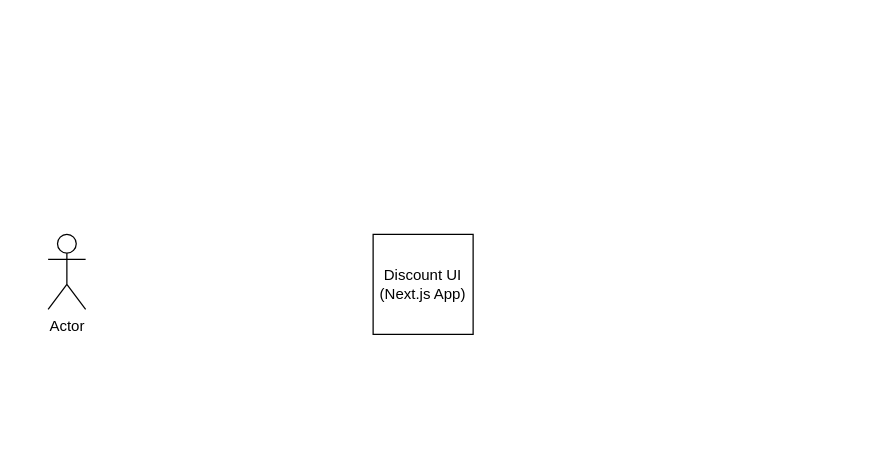
This is docs/Wayfair Discount/WayfairDiscountMvp.drawio from randellma/docs, a draw.io file, before an edit. Source tidied: cells renumbered, new cells numbered last; positions are measured from the earlier drawing's top-left corner, leaving out a move shared by most shapes. Both pictures are drawn from the tidied source at 125%, with x=0, y=0 at pixel (48, 234).
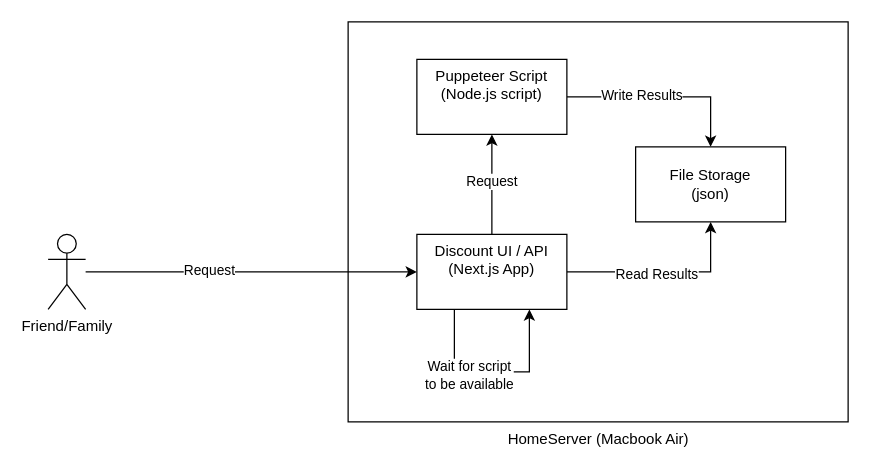
After the change.

Change to the diagram source:
```diff
@@
 <mxGraphModel>
   <root>
     <mxCell id="0" />
     <mxCell id="1" parent="0" />
-    <mxCell id="2" value="Discount UI&lt;div&gt;(Next.js App)&lt;/div&gt;" style="whiteSpace=wrap;html=1;" parent="1" vertex="1">
-      <mxGeometry x="260" width="80" height="80" as="geometry" />
-    </mxCell>
+    <mxCell id="4" value="HomeServer (Macbook Air)" style="verticalLabelPosition=bottom;verticalAlign=top;html=1;shape=mxgraph.basic.rect;fillColor2=none;strokeWidth=1;size=20;indent=5;fillColor=none;horizontal=1;" parent="1" vertex="1">
+      <mxGeometry x="240" y="-170" width="400" height="320" as="geometry" />
+    </mxCell>
+    <mxCell id="5" style="edgeStyle=orthogonalEdgeStyle;rounded=0;jettySize=auto;html=1;" parent="1" edge="1" source="3" target="11">
+      <mxGeometry relative="1" as="geometry" />
+    </mxCell>
+    <mxCell id="6" value="Request" style="edgeLabel;html=1;align=center;verticalAlign=middle;" parent="5" vertex="1">
+      <mxGeometry x="-0.26" y="2" relative="1" as="geometry" />
+    </mxCell>
-    <mxCell id="3" value="Actor" style="shape=umlActor;verticalLabelPosition=bottom;verticalAlign=top;html=1;outlineConnect=0;" parent="1" vertex="1">
+    <mxCell id="3" value="Friend/Family" style="shape=umlActor;verticalLabelPosition=bottom;verticalAlign=top;html=1;outlineConnect=0;" parent="1" vertex="1">
       <mxGeometry width="30" height="60" as="geometry" />
     </mxCell>
+    <mxCell id="7" style="edgeStyle=orthogonalEdgeStyle;rounded=0;jettySize=auto;html=1;" parent="1" edge="1" source="11" target="14">
+      <mxGeometry relative="1" as="geometry" />
+    </mxCell>
+    <mxCell id="8" value="Request" style="edgeLabel;html=1;align=center;verticalAlign=middle;" parent="7" vertex="1">
+      <mxGeometry x="0.07" y="1" relative="1" as="geometry" />
+    </mxCell>
+    <mxCell id="9" style="edgeStyle=orthogonalEdgeStyle;rounded=0;jettySize=auto;html=1;entryX=0.5;entryY=1;entryDx=0;entryDy=0;" parent="1" edge="1" source="11" target="15">
+      <mxGeometry relative="1" as="geometry" />
+    </mxCell>
+    <mxCell id="10" value="Read Results" style="edgeLabel;html=1;align=center;verticalAlign=middle;" parent="9" vertex="1">
+      <mxGeometry x="-0.09" y="-1" relative="1" as="geometry" />
+    </mxCell>
+    <mxCell id="11" value="Discount UI / API&lt;div&gt;(Next.js App)&lt;/div&gt;" style="whiteSpace=wrap;html=1;verticalAlign=top;" parent="1" vertex="1">
+      <mxGeometry x="295" width="120" height="60" as="geometry" />
+    </mxCell>
+    <mxCell id="12" style="edgeStyle=orthogonalEdgeStyle;rounded=0;jettySize=auto;html=1;entryX=0.5;entryY=0;entryDx=0;entryDy=0;" parent="1" edge="1" source="14" target="15">
+      <mxGeometry relative="1" as="geometry" />
+    </mxCell>
+    <mxCell id="13" value="Write Results" style="edgeLabel;html=1;align=center;verticalAlign=middle;" parent="12" vertex="1">
+      <mxGeometry x="-0.24" y="2" relative="1" as="geometry" />
+    </mxCell>
+    <mxCell id="14" value="Puppeteer Script&lt;br&gt;(Node.js script)" style="whiteSpace=wrap;html=1;verticalAlign=top;" parent="1" vertex="1">
+      <mxGeometry x="295" y="-140" width="120" height="60" as="geometry" />
+    </mxCell>
+    <mxCell id="15" value="File Storage&lt;br&gt;(json)" style="rounded=0;whiteSpace=wrap;html=1;" parent="1" vertex="1">
+      <mxGeometry x="470" y="-70" width="120" height="60" as="geometry" />
+    </mxCell>
+    <mxCell id="16" style="edgeStyle=orthogonalEdgeStyle;rounded=0;orthogonalLoop=1;jettySize=auto;html=1;entryX=0.75;entryY=1;entryDx=0;entryDy=0;exitX=0.25;exitY=1;exitDx=0;exitDy=0;" parent="1" edge="1" source="11" target="11">
+      <mxGeometry relative="1" as="geometry">
+        <Array as="points">
+          <mxPoint x="325" y="110" />
+          <mxPoint x="385" y="110" />
+        </Array>
+      </mxGeometry>
+    </mxCell>
+    <mxCell id="17" value="Wait for script&lt;div&gt;to be available&lt;/div&gt;" style="edgeLabel;html=1;align=center;verticalAlign=middle;" parent="16" vertex="1">
+      <mxGeometry x="-0.24" y="-2" relative="1" as="geometry" />
+    </mxCell>
   </root>
 </mxGraphModel>
```
